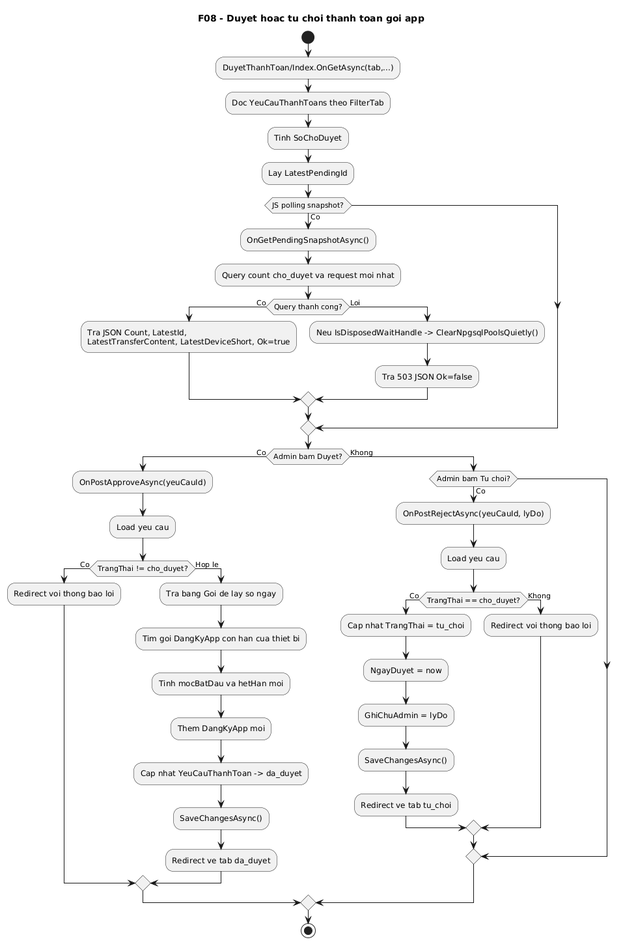
This is docs/diagrams/png/08-app-payment-approval-activity.png from VoBao182/PhoAmThuc, a PlantUML export, as it was before one commit.
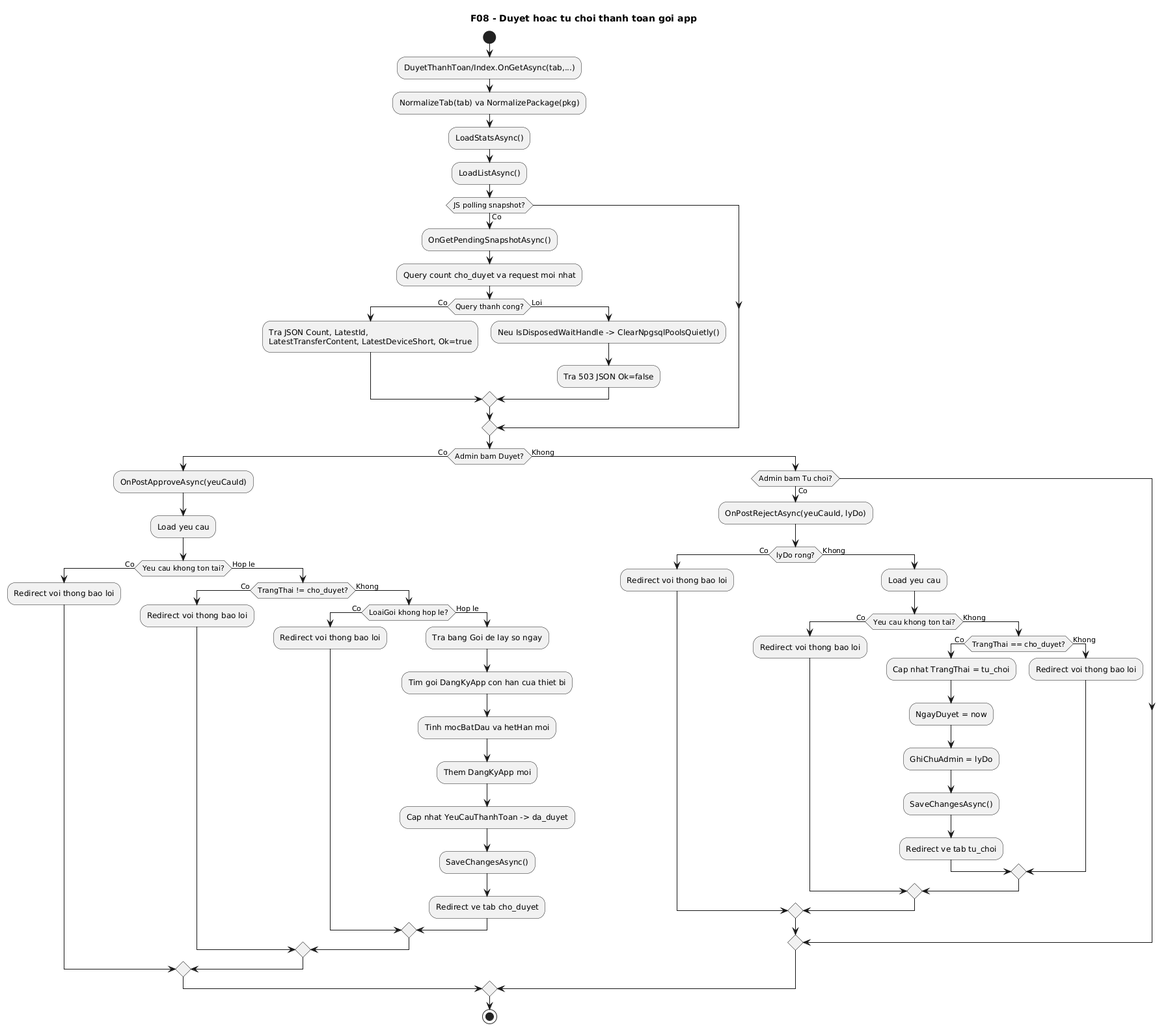
The same file after the commit.

Diff of the diagram source:
```diff
@@ -2,9 +2,9 @@
 title F08 - Duyet hoac tu choi thanh toan goi app
 start
 :DuyetThanhToan/Index.OnGetAsync(tab,...);
-:Doc YeuCauThanhToans theo FilterTab;
-:Tinh SoChoDuyet;
-:Lay LatestPendingId;
+:NormalizeTab(tab) va NormalizePackage(pkg);
+:LoadStatsAsync();
+:LoadListAsync();
 
 if (JS polling snapshot?) then (Co)
   :OnGetPendingSnapshotAsync();
@@ -20,29 +20,45 @@
 if (Admin bam Duyet?) then (Co)
   :OnPostApproveAsync(yeuCauId);
   :Load yeu cau;
-  if (TrangThai != cho_duyet?) then (Co)
+  if (Yeu cau khong ton tai?) then (Co)
     :Redirect voi thong bao loi;
   else (Hop le)
-    :Tra bang Goi de lay so ngay;
-    :Tim goi DangKyApp con han cua thiet bi;
-    :Tinh mocBatDau va hetHan moi;
-    :Them DangKyApp moi;
-    :Cap nhat YeuCauThanhToan -> da_duyet;
-    :SaveChangesAsync();
-    :Redirect ve tab da_duyet;
+    if (TrangThai != cho_duyet?) then (Co)
+      :Redirect voi thong bao loi;
+    else (Khong)
+      if (LoaiGoi khong hop le?) then (Co)
+        :Redirect voi thong bao loi;
+      else (Hop le)
+        :Tra bang Goi de lay so ngay;
+        :Tim goi DangKyApp con han cua thiet bi;
+        :Tinh mocBatDau va hetHan moi;
+        :Them DangKyApp moi;
+        :Cap nhat YeuCauThanhToan -> da_duyet;
+        :SaveChangesAsync();
+        :Redirect ve tab cho_duyet;
+      endif
+    endif
   endif
 else (Khong)
   if (Admin bam Tu choi?) then (Co)
     :OnPostRejectAsync(yeuCauId, lyDo);
-    :Load yeu cau;
-    if (TrangThai == cho_duyet?) then (Co)
-      :Cap nhat TrangThai = tu_choi;
-      :NgayDuyet = now;
-      :GhiChuAdmin = lyDo;
-      :SaveChangesAsync();
-      :Redirect ve tab tu_choi;
+    if (lyDo rong?) then (Co)
+      :Redirect voi thong bao loi;
     else (Khong)
-      :Redirect voi thong bao loi;
+      :Load yeu cau;
+      if (Yeu cau khong ton tai?) then (Co)
+        :Redirect voi thong bao loi;
+      else (Khong)
+        if (TrangThai == cho_duyet?) then (Co)
+          :Cap nhat TrangThai = tu_choi;
+          :NgayDuyet = now;
+          :GhiChuAdmin = lyDo;
+          :SaveChangesAsync();
+          :Redirect ve tab tu_choi;
+        else (Khong)
+          :Redirect voi thong bao loi;
+        endif
+      endif
     endif
   endif
 endif
```
